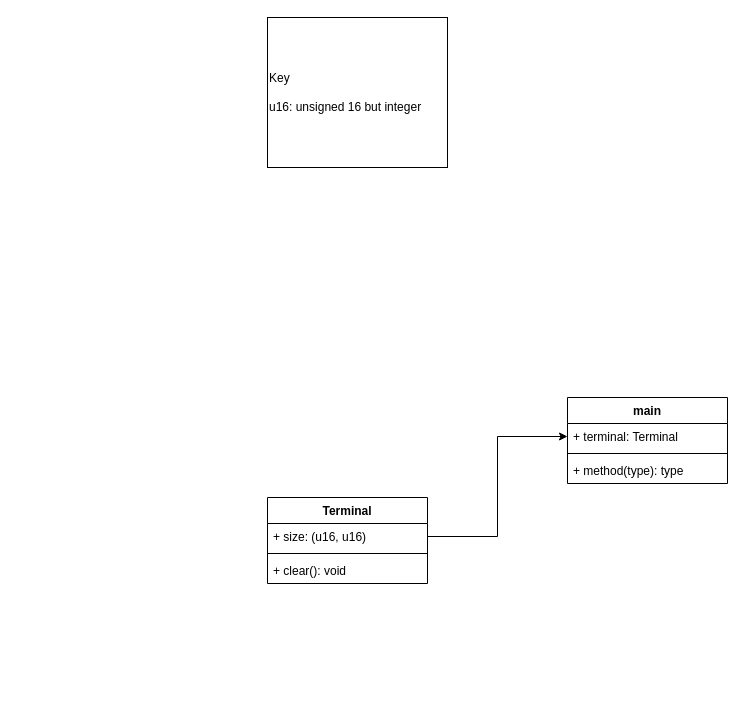
Earlier version of the draw.io diagram img/pico-uml.drawio (AllLiver/pine). Source tidied: cells renumbered, new cells numbered last; positions are measured from the earlier drawing's top-left corner, leaving out a move shared by most shapes. Both pictures are drawn from the tidied source at 100%, with x=0, y=0 at pixel (267, 17).
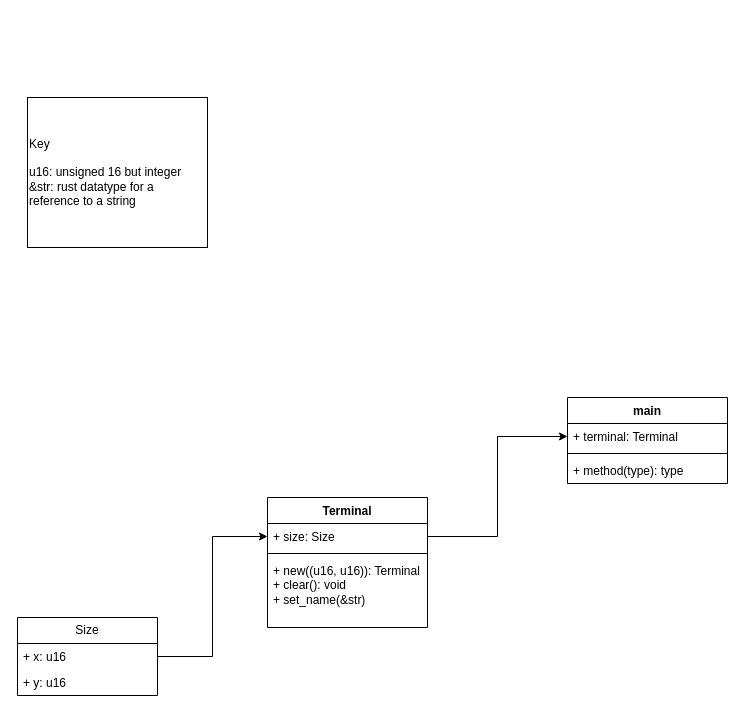
The same page after the edit.

Commit message (it also covers changes not shown here):
UML changes and added some of the app foundation

The edit, as a diff of the source:
```diff
@@
 <mxGraphModel>
   <root>
     <mxCell id="0" />
     <mxCell id="1" parent="0" />
     <mxCell id="2" value="Terminal" style="swimlane;fontStyle=1;align=center;verticalAlign=top;horizontal=1;startSize=26;whiteSpace=wrap;html=1;" parent="1" vertex="1">
-      <mxGeometry y="480" width="160" height="86" as="geometry" />
+      <mxGeometry y="480" width="160" height="130" as="geometry" />
     </mxCell>
-    <mxCell id="3" value="+ size: (u16, u16)" style="text;strokeColor=none;fillColor=none;align=left;verticalAlign=top;spacingLeft=4;spacingRight=4;overflow=hidden;points=[[0,0.5],[1,0.5]];portConstraint=eastwest;whiteSpace=wrap;html=1;" parent="2" vertex="1">
+    <mxCell id="3" value="+ size: Size" style="text;strokeColor=none;fillColor=none;align=left;verticalAlign=top;spacingLeft=4;spacingRight=4;overflow=hidden;points=[[0,0.5],[1,0.5]];portConstraint=eastwest;whiteSpace=wrap;html=1;" parent="2" vertex="1">
       <mxGeometry y="26" width="160" height="26" as="geometry" />
     </mxCell>
     <mxCell id="4" style="line;strokeWidth=1;fillColor=none;align=left;verticalAlign=middle;spacingTop=-1;spacingLeft=3;spacingRight=3;labelPosition=right;strokeColor=inherit;" parent="2" vertex="1">
       <mxGeometry y="52" width="160" height="8" as="geometry" />
     </mxCell>
-    <mxCell id="5" value="+ clear(): void" style="text;strokeColor=none;fillColor=none;align=left;verticalAlign=top;spacingLeft=4;spacingRight=4;overflow=hidden;whiteSpace=wrap;html=1;" parent="2" vertex="1">
-      <mxGeometry y="60" width="160" height="26" as="geometry" />
+    <mxCell id="5" value="&lt;div&gt;+ new((u16, u16)): Terminal&lt;/div&gt;+ clear(): void&lt;div&gt;+ set_name(&amp;amp;str)&lt;/div&gt;" style="text;strokeColor=none;fillColor=none;align=left;verticalAlign=top;spacingLeft=4;spacingRight=4;overflow=hidden;whiteSpace=wrap;html=1;" parent="2" vertex="1">
+      <mxGeometry y="60" width="160" height="70" as="geometry" />
     </mxCell>
     <mxCell id="6" value="main&lt;div&gt;&lt;br&gt;&lt;/div&gt;" style="swimlane;fontStyle=1;align=center;verticalAlign=top;horizontal=1;startSize=26;whiteSpace=wrap;html=1;" parent="1" vertex="1">
       <mxGeometry x="300" y="380" width="160" height="86" as="geometry" />
     </mxCell>
     <mxCell id="7" value="+ terminal: Terminal" style="text;strokeColor=none;fillColor=none;align=left;verticalAlign=top;spacingLeft=4;spacingRight=4;overflow=hidden;points=[[0,0.5],[1,0.5]];portConstraint=eastwest;whiteSpace=wrap;html=1;" parent="6" vertex="1">
       <mxGeometry y="26" width="160" height="26" as="geometry" />
     </mxCell>
     <mxCell id="8" style="line;strokeWidth=1;fillColor=none;align=left;verticalAlign=middle;spacingTop=-1;spacingLeft=3;spacingRight=3;labelPosition=right;strokeColor=inherit;" parent="6" vertex="1">
       <mxGeometry y="52" width="160" height="8" as="geometry" />
     </mxCell>
     <mxCell id="9" value="+ method(type): type" style="text;strokeColor=none;fillColor=none;align=left;verticalAlign=top;spacingLeft=4;spacingRight=4;overflow=hidden;whiteSpace=wrap;html=1;" parent="6" vertex="1">
       <mxGeometry y="60" width="160" height="26" as="geometry" />
     </mxCell>
     <mxCell id="10" style="edgeStyle=orthogonalEdgeStyle;rounded=0;jettySize=auto;html=1;exitX=1;exitY=0.5;exitDx=0;exitDy=0;entryX=0;entryY=0.5;entryDx=0;entryDy=0;" parent="1" edge="1" source="3" target="7">
       <mxGeometry relative="1" as="geometry" />
     </mxCell>
-    <mxCell id="11" value="Key&lt;div&gt;&lt;br&gt;&lt;div&gt;u16: unsigned 16 but integer&lt;/div&gt;&lt;/div&gt;" style="html=1;whiteSpace=wrap;align=left;" parent="1" vertex="1">
-      <mxGeometry width="180" height="150" as="geometry" />
+    <mxCell id="11" value="Key&lt;div&gt;&lt;br&gt;&lt;div&gt;u16: unsigned 16 but integer&lt;/div&gt;&lt;/div&gt;&lt;div&gt;&amp;amp;str: rust datatype for a reference to a string&lt;/div&gt;" style="html=1;whiteSpace=wrap;align=left;" parent="1" vertex="1">
+      <mxGeometry x="-240" y="80" width="180" height="150" as="geometry" />
     </mxCell>
+    <mxCell id="12" value="Size" style="swimlane;fontStyle=0;horizontal=1;startSize=26;fillColor=none;whiteSpace=wrap;html=1;" parent="1" vertex="1">
+      <mxGeometry x="-250" y="600" width="140" height="78" as="geometry" />
+    </mxCell>
+    <mxCell id="13" value="+ x: u16" style="text;strokeColor=none;fillColor=none;align=left;verticalAlign=top;spacingLeft=4;spacingRight=4;overflow=hidden;points=[[0,0.5],[1,0.5]];portConstraint=eastwest;whiteSpace=wrap;html=1;" parent="12" vertex="1">
+      <mxGeometry y="26" width="140" height="26" as="geometry" />
+    </mxCell>
+    <mxCell id="14" value="+ y: u16" style="text;strokeColor=none;fillColor=none;align=left;verticalAlign=top;spacingLeft=4;spacingRight=4;overflow=hidden;whiteSpace=wrap;html=1;" parent="12" vertex="1">
+      <mxGeometry y="52" width="140" height="26" as="geometry" />
+    </mxCell>
+    <mxCell id="15" style="edgeStyle=orthogonalEdgeStyle;rounded=0;jettySize=auto;html=1;exitX=1;exitY=0.5;exitDx=0;exitDy=0;entryX=0;entryY=0.5;entryDx=0;entryDy=0;" parent="1" edge="1" source="13" target="3">
+      <mxGeometry relative="1" as="geometry" />
+    </mxCell>
   </root>
 </mxGraphModel>
```
